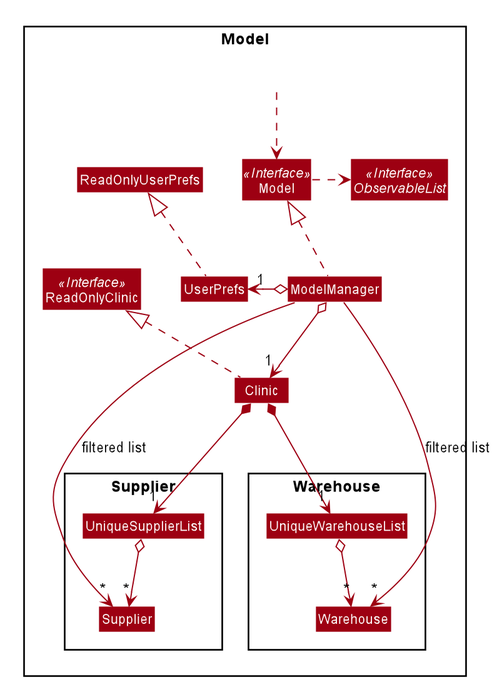
Above: docs/images/ModelClassDiagram.png in tohyuting/tp (PlantUML), before the change. Source of this version:
```plantuml
@startuml








skinparam BackgroundColor #FFFFFFF

skinparam Shadowing false

skinparam Class {
    FontColor #FFFFFF
    BorderThickness 1
    BorderColor #FFFFFF
    StereotypeFontColor #FFFFFF
    FontName Arial
}

skinparam Actor {
    BorderColor #000000
    Color #000000
    FontName Arial
}

skinparam Sequence {
    MessageAlign center
    BoxFontSize 15
    BoxPadding 0
    BoxFontColor #FFFFFF
    FontName Arial
}

skinparam Participant {
    FontColor #FFFFFFF
    Padding 20
}

skinparam MinClassWidth 50
skinparam ParticipantPadding 10
skinparam Shadowing false
skinparam DefaultTextAlignment center
skinparam packageStyle Rectangle

hide footbox
hide members
hide circle
skinparam arrowThickness 1.1
skinparam arrowColor #9D0012
skinparam classBackgroundColor #9D0012

Package Model <<Rectangle>>{
Interface ReadOnlyClinic <<Interface>>
Interface Model <<Interface>>
Interface ObservableList <<Interface>>
Class Clinic
Class ReadOnlyClinic
Class Model
Class ModelManager
Class UserPrefs
Class ReadOnlyUserPrefs

Package Supplier {
Class Supplier
Class UniqueSupplierList
}

Package Warehouse {
Class Warehouse
Class UniqueWarehouseList
}

Class HiddenOutside #FFFFFF
HiddenOutside ..> Model

Clinic .up.|> ReadOnlyClinic

ModelManager .up.|> Model
Model .right.> ObservableList
ModelManager o--> "1" Clinic
ModelManager o-left-> "1" UserPrefs
UserPrefs .up.|> ReadOnlyUserPrefs

Clinic *-down-> "1" UniqueSupplierList
UniqueSupplierList o--> "*" Supplier

Clinic *-down-> "1" UniqueWarehouseList
UniqueWarehouseList o--> "*" Warehouse


ModelManager -->"*" Supplier : filtered list
ModelManager -->"*" Warehouse : filtered list
@enduml
```
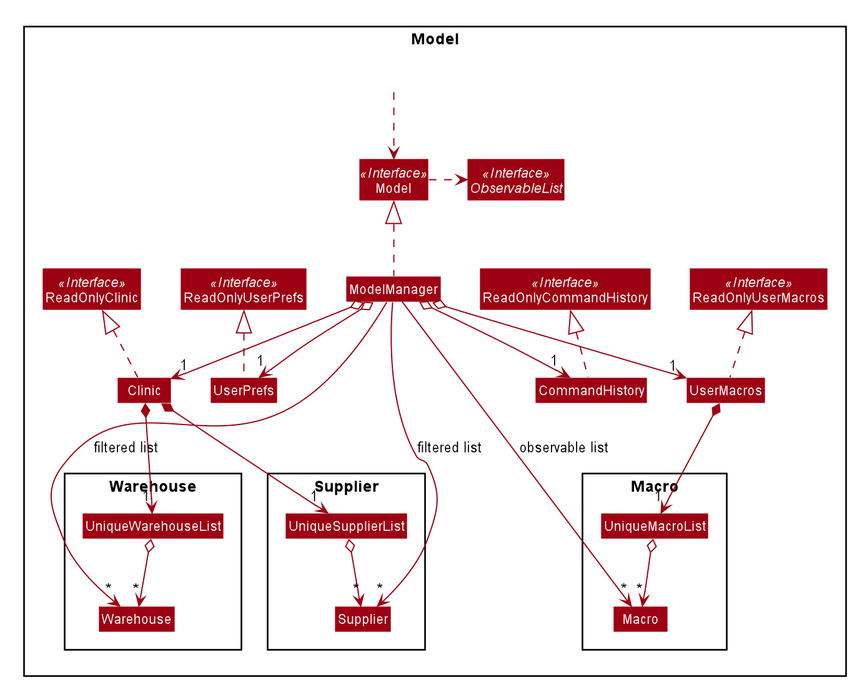
Later version of the same file.

Commit message:
Update to include Macro and CommandHistory

Change to the diagram source:
```diff
@@ -60,7 +60,11 @@
 Class Model
 Class ModelManager
 Class UserPrefs
-Class ReadOnlyUserPrefs
+Class UserMacros
+Class CommandHistory
+Class ReadOnlyUserMacros <<Interface>>
+Class ReadOnlyUserPrefs <<Interface>>
+Class ReadOnlyCommandHistory <<Interface>>
 
 Package Supplier {
 Class Supplier
@@ -72,6 +76,11 @@
 Class UniqueWarehouseList
 }
 
+Package Macro {
+Class Macro
+Class UniqueMacroList
+}
+
 Class HiddenOutside #FFFFFF
 HiddenOutside ..> Model
 
@@ -80,8 +89,13 @@
 ModelManager .up.|> Model
 Model .right.> ObservableList
 ModelManager o--> "1" Clinic
-ModelManager o-left-> "1" UserPrefs
+ModelManager o--> "1" UserPrefs
+ModelManager o--> "1" UserMacros
+ModelManager o--> "1" CommandHistory
+
 UserPrefs .up.|> ReadOnlyUserPrefs
+UserMacros .up.|> ReadOnlyUserMacros
+CommandHistory .up.|> ReadOnlyCommandHistory
 
 Clinic *-down-> "1" UniqueSupplierList
 UniqueSupplierList o--> "*" Supplier
@@ -89,7 +103,11 @@
 Clinic *-down-> "1" UniqueWarehouseList
 UniqueWarehouseList o--> "*" Warehouse
 
+UserMacros *-down-> "1" UniqueMacroList
+UniqueMacroList o--> "*" Macro
+
 
 ModelManager -->"*" Supplier : filtered list
 ModelManager -->"*" Warehouse : filtered list
+ModelManager -->"*" Macro : observable list
 @enduml
```
